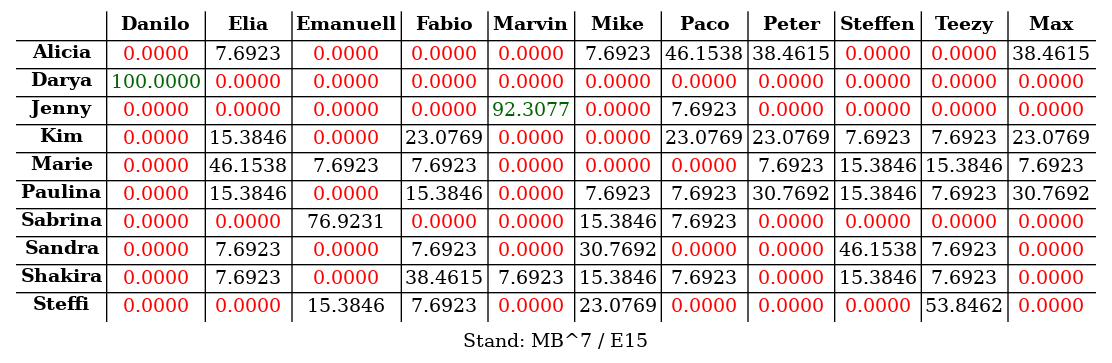
The Graphviz diagram s03r/s03r_tab.png in atticus-sullivan/sim-ayto, before a commit. Its source is kept beside it as s03r/s03r_tab.dot.
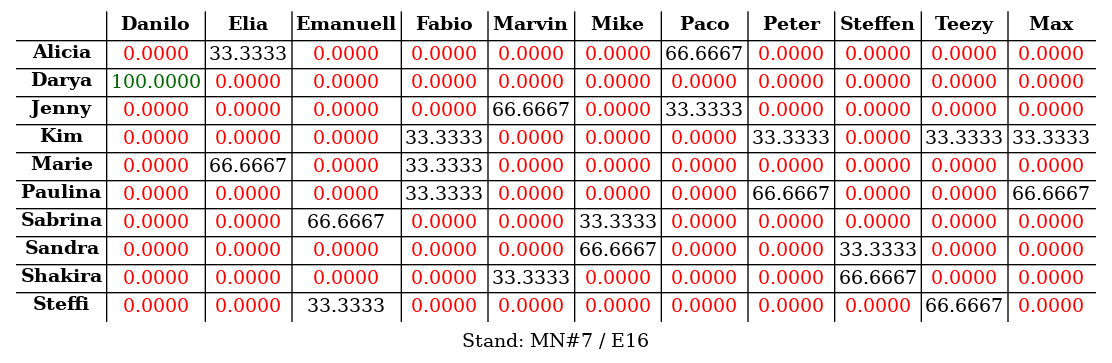
The same file after the commit.

Change to the diagram source:
```diff
@@ -1,4 +1,4 @@
-digraph structs { labelloc="b"; label="Stand: MB^7 / E15"; node[shape=plaintext] struct[label=<
+digraph structs { labelloc="b"; label="Stand: MN#7 / E16"; node[shape=plaintext] struct[label=<
 <table cellspacing="2" border="0" rows="*" columns="*">
 <tr>
 <td></td>
@@ -17,16 +17,16 @@
 <tr>
 <td><B>Alicia</B></td>
 <td><font color="red">0.0000</font></td>
-<td><font color="black">7.6923</font></td>
+<td><font color="black">33.3333</font></td>
 <td><font color="red">0.0000</font></td>
 <td><font color="red">0.0000</font></td>
 <td><font color="red">0.0000</font></td>
-<td><font color="black">7.6923</font></td>
-<td><font color="black">46.1538</font></td>
-<td><font color="black">38.4615</font></td>
+<td><font color="red">0.0000</font></td>
+<td><font color="black">66.6667</font></td>
 <td><font color="red">0.0000</font></td>
 <td><font color="red">0.0000</font></td>
-<td><font color="black">38.4615</font></td>
+<td><font color="red">0.0000</font></td>
+<td><font color="red">0.0000</font></td>
 </tr>
 <tr>
 <td><B>Darya</B></td>
@@ -48,9 +48,9 @@
 <td><font color="red">0.0000</font></td>
 <td><font color="red">0.0000</font></td>
 <td><font color="red">0.0000</font></td>
-<td><font color="darkgreen">92.3077</font></td>
+<td><font color="black">66.6667</font></td>
 <td><font color="red">0.0000</font></td>
-<td><font color="black">7.6923</font></td>
+<td><font color="black">33.3333</font></td>
 <td><font color="red">0.0000</font></td>
 <td><font color="red">0.0000</font></td>
 <td><font color="red">0.0000</font></td>
@@ -59,54 +59,54 @@
 <tr>
 <td><B>Kim</B></td>
 <td><font color="red">0.0000</font></td>
-<td><font color="black">15.3846</font></td>
-<td><font color="red">0.0000</font></td>
-<td><font color="black">23.0769</font></td>
 <td><font color="red">0.0000</font></td>
 <td><font color="red">0.0000</font></td>
-<td><font color="black">23.0769</font></td>
-<td><font color="black">23.0769</font></td>
-<td><font color="black">7.6923</font></td>
-<td><font color="black">7.6923</font></td>
-<td><font color="black">23.0769</font></td>
+<td><font color="black">33.3333</font></td>
+<td><font color="red">0.0000</font></td>
+<td><font color="red">0.0000</font></td>
+<td><font color="red">0.0000</font></td>
+<td><font color="black">33.3333</font></td>
+<td><font color="red">0.0000</font></td>
+<td><font color="black">33.3333</font></td>
+<td><font color="black">33.3333</font></td>
 </tr>
 <tr>
 <td><B>Marie</B></td>
 <td><font color="red">0.0000</font></td>
-<td><font color="black">46.1538</font></td>
-<td><font color="black">7.6923</font></td>
-<td><font color="black">7.6923</font></td>
+<td><font color="black">66.6667</font></td>
+<td><font color="red">0.0000</font></td>
+<td><font color="black">33.3333</font></td>
 <td><font color="red">0.0000</font></td>
 <td><font color="red">0.0000</font></td>
 <td><font color="red">0.0000</font></td>
-<td><font color="black">7.6923</font></td>
-<td><font color="black">15.3846</font></td>
-<td><font color="black">15.3846</font></td>
-<td><font color="black">7.6923</font></td>
+<td><font color="red">0.0000</font></td>
+<td><font color="red">0.0000</font></td>
+<td><font color="red">0.0000</font></td>
+<td><font color="red">0.0000</font></td>
 </tr>
 <tr>
 <td><B>Paulina</B></td>
 <td><font color="red">0.0000</font></td>
-<td><font color="black">15.3846</font></td>
 <td><font color="red">0.0000</font></td>
-<td><font color="black">15.3846</font></td>
 <td><font color="red">0.0000</font></td>
-<td><font color="black">7.6923</font></td>
-<td><font color="black">7.6923</font></td>
-<td><font color="black">30.7692</font></td>
-<td><font color="black">15.3846</font></td>
-<td><font color="black">7.6923</font></td>
-<td><font color="black">30.7692</font></td>
+<td><font color="black">33.3333</font></td>
+<td><font color="red">0.0000</font></td>
+<td><font color="red">0.0000</font></td>
+<td><font color="red">0.0000</font></td>
+<td><font color="black">66.6667</font></td>
+<td><font color="red">0.0000</font></td>
+<td><font color="red">0.0000</font></td>
+<td><font color="black">66.6667</font></td>
 </tr>
 <tr>
 <td><B>Sabrina</B></td>
 <td><font color="red">0.0000</font></td>
 <td><font color="red">0.0000</font></td>
-<td><font color="black">76.9231</font></td>
+<td><font color="black">66.6667</font></td>
 <td><font color="red">0.0000</font></td>
 <td><font color="red">0.0000</font></td>
-<td><font color="black">15.3846</font></td>
-<td><font color="black">7.6923</font></td>
+<td><font color="black">33.3333</font></td>
+<td><font color="red">0.0000</font></td>
 <td><font color="red">0.0000</font></td>
 <td><font color="red">0.0000</font></td>
 <td><font color="red">0.0000</font></td>
@@ -115,43 +115,43 @@
 <tr>
 <td><B>Sandra</B></td>
 <td><font color="red">0.0000</font></td>
-<td><font color="black">7.6923</font></td>
-<td><font color="red">0.0000</font></td>
-<td><font color="black">7.6923</font></td>
-<td><font color="red">0.0000</font></td>
-<td><font color="black">30.7692</font></td>
 <td><font color="red">0.0000</font></td>
 <td><font color="red">0.0000</font></td>
-<td><font color="black">46.1538</font></td>
-<td><font color="black">7.6923</font></td>
+<td><font color="red">0.0000</font></td>
+<td><font color="red">0.0000</font></td>
+<td><font color="black">66.6667</font></td>
+<td><font color="red">0.0000</font></td>
+<td><font color="red">0.0000</font></td>
+<td><font color="black">33.3333</font></td>
+<td><font color="red">0.0000</font></td>
 <td><font color="red">0.0000</font></td>
 </tr>
 <tr>
 <td><B>Shakira</B></td>
 <td><font color="red">0.0000</font></td>
-<td><font color="black">7.6923</font></td>
 <td><font color="red">0.0000</font></td>
-<td><font color="black">38.4615</font></td>
-<td><font color="black">7.6923</font></td>
-<td><font color="black">15.3846</font></td>
-<td><font color="black">7.6923</font></td>
 <td><font color="red">0.0000</font></td>
-<td><font color="black">15.3846</font></td>
-<td><font color="black">7.6923</font></td>
+<td><font color="red">0.0000</font></td>
+<td><font color="black">33.3333</font></td>
+<td><font color="red">0.0000</font></td>
+<td><font color="red">0.0000</font></td>
+<td><font color="red">0.0000</font></td>
+<td><font color="black">66.6667</font></td>
+<td><font color="red">0.0000</font></td>
 <td><font color="red">0.0000</font></td>
 </tr>
 <tr>
 <td><B>Steffi</B></td>
 <td><font color="red">0.0000</font></td>
 <td><font color="red">0.0000</font></td>
-<td><font color="black">15.3846</font></td>
-<td><font color="black">7.6923</font></td>
-<td><font color="red">0.0000</font></td>
-<td><font color="black">23.0769</font></td>
+<td><font color="black">33.3333</font></td>
 <td><font color="red">0.0000</font></td>
 <td><font color="red">0.0000</font></td>
 <td><font color="red">0.0000</font></td>
-<td><font color="black">53.8462</font></td>
+<td><font color="red">0.0000</font></td>
+<td><font color="red">0.0000</font></td>
+<td><font color="red">0.0000</font></td>
+<td><font color="black">66.6667</font></td>
 <td><font color="red">0.0000</font></td>
 </tr>
 </table>
```
